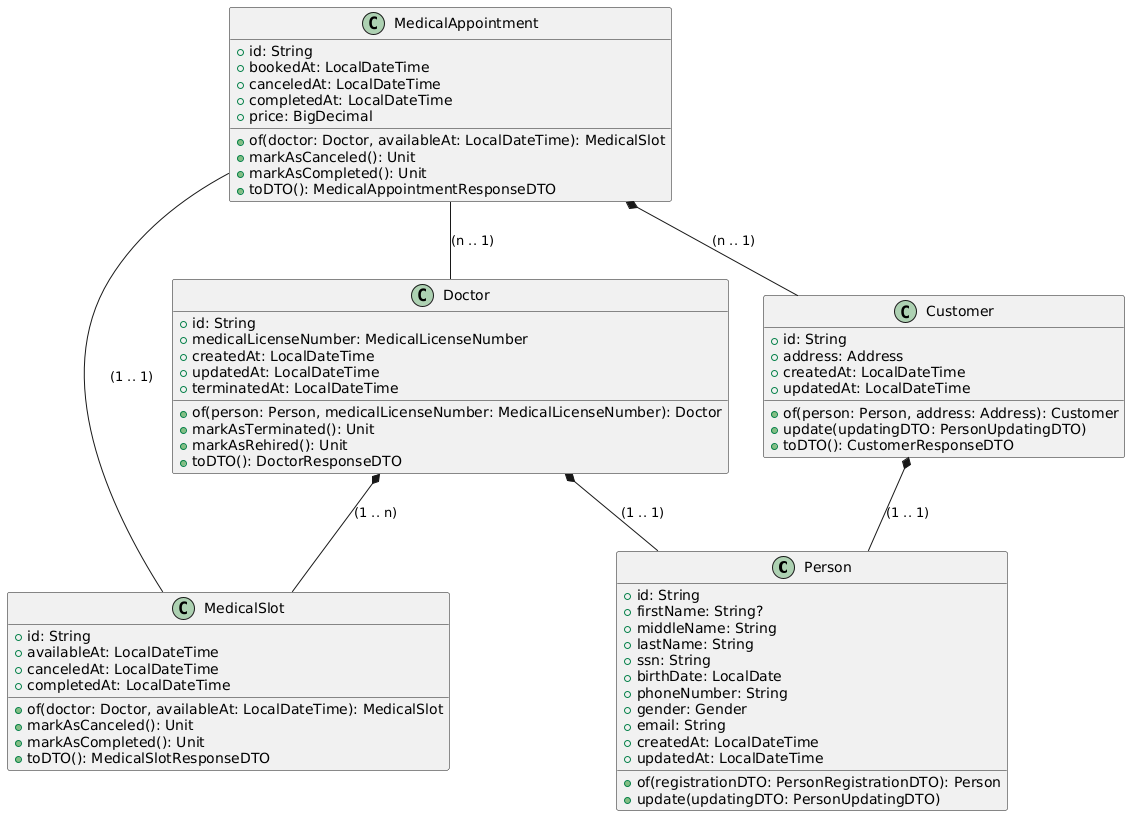
Above: figures/api/class_diagram.png in LazaroDamasceno/Dissertacao-Mestrado (PlantUML), before the change.
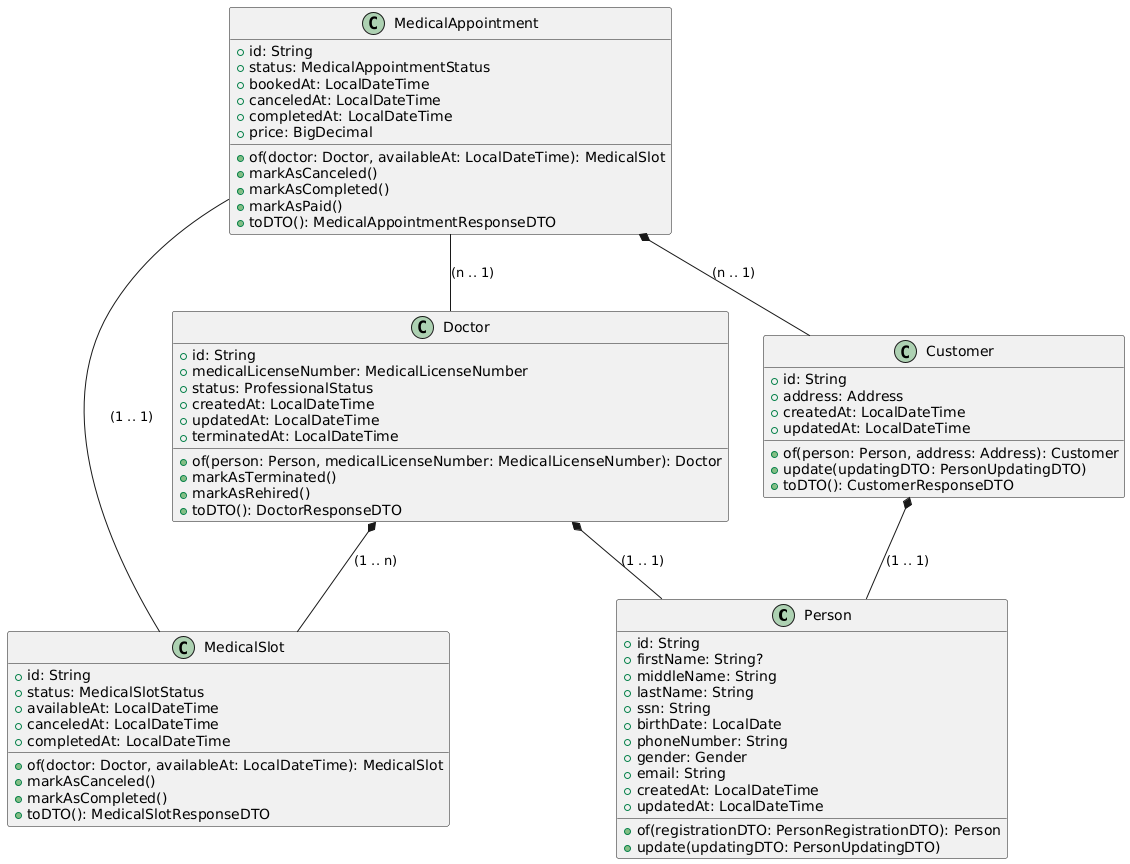
The same file after the commit.

Diff of the diagram source:
```diff
@@ -30,38 +30,42 @@
 class "Doctor" {
  +id: String
  +medicalLicenseNumber: MedicalLicenseNumber
+ +status: ProfessionalStatus
  +createdAt: LocalDateTime
  +updatedAt: LocalDateTime
  +terminatedAt: LocalDateTime
 
  +of(person: Person, medicalLicenseNumber: MedicalLicenseNumber): Doctor
- +markAsTerminated(): Unit
- +markAsRehired(): Unit
+ +markAsTerminated()
+ +markAsRehired()
  +toDTO(): DoctorResponseDTO
 }
 
 class "MedicalSlot" {
   +id: String
+  +status: MedicalSlotStatus
   +availableAt: LocalDateTime
   +canceledAt: LocalDateTime
   +completedAt: LocalDateTime
 
   +of(doctor: Doctor, availableAt: LocalDateTime): MedicalSlot
-  +markAsCanceled(): Unit
-  +markAsCompleted(): Unit
+  +markAsCanceled()
+  +markAsCompleted()
   +toDTO(): MedicalSlotResponseDTO
 }
 
 class "MedicalAppointment" {
   +id: String
+  +status: MedicalAppointmentStatus
   +bookedAt: LocalDateTime
   +canceledAt: LocalDateTime
   +completedAt: LocalDateTime
   +price: BigDecimal
 
   +of(doctor: Doctor, availableAt: LocalDateTime): MedicalSlot
-  +markAsCanceled(): Unit
-  +markAsCompleted(): Unit
+  +markAsCanceled()
+  +markAsCompleted()
+  +markAsPaid()
   +toDTO(): MedicalAppointmentResponseDTO
 }
 
```
